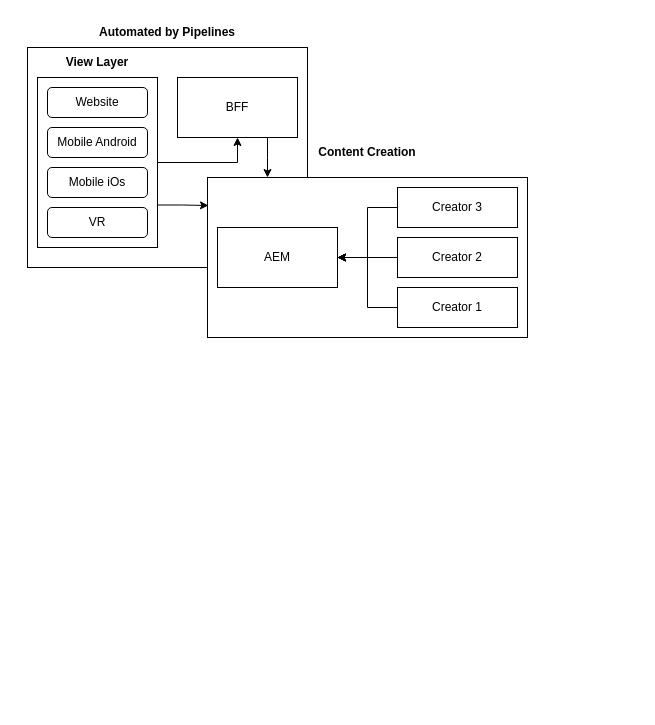
jagatjeevansahoo/draw.io keeps this draw.io diagram as ms.drawio. Above is the earlier version. Source tidied: cells renumbered, new cells numbered last; positions are measured from the earlier drawing's top-left corner, leaving out a move shared by most shapes. Both pictures are drawn from the tidied source at 100%, with x=0, y=0 at pixel (27, 17).
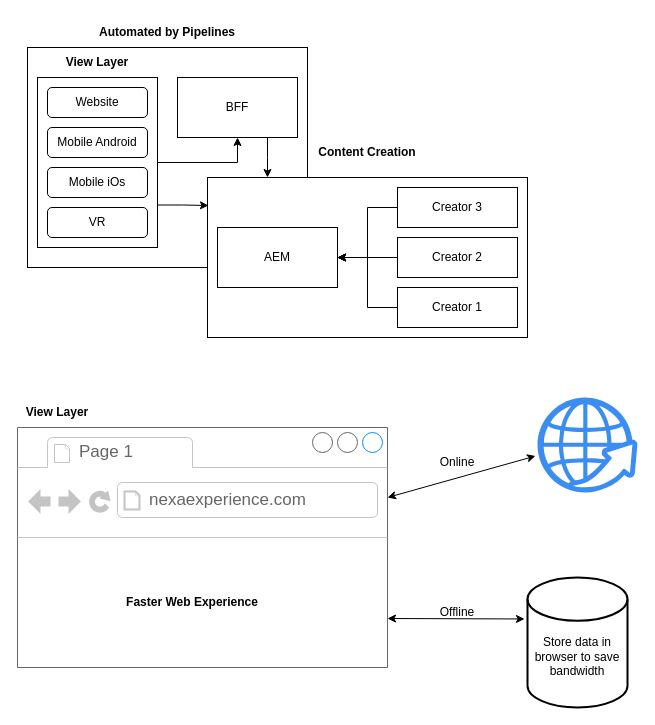
The same page after the edit.

What changed in the source:
```diff
@@
+    <mxCell id="26" value="View Layer" style="text;html=1;strokeColor=none;fillColor=none;align=center;verticalAlign=middle;whiteSpace=wrap;rounded=0;fontStyle=1;" parent="1" vertex="1">
+      <mxGeometry x="-10" y="380" width="80" height="30" as="geometry" />
+    </mxCell>
+    <mxCell id="27" style="strokeWidth=1;shadow=0;dashed=0;align=center;html=1;shape=mxgraph.mockup.containers.browserWindow;rSize=0;strokeColor=#666666;strokeColor2=#008cff;strokeColor3=#c4c4c4;mainText=,;" parent="1" vertex="1">
+      <mxGeometry x="-10" y="410" width="370" height="240" as="geometry" />
+    </mxCell>
+    <mxCell id="28" value="Page 1" style="strokeWidth=1;shadow=0;dashed=0;align=center;html=1;shape=mxgraph.mockup.containers.anchor;fontSize=17;fontColor=#666666;align=left;whiteSpace=wrap;" parent="27" vertex="1">
+      <mxGeometry x="60" y="12" width="110" height="26" as="geometry" />
+    </mxCell>
+    <mxCell id="29" value="nexaexperience.com" style="strokeWidth=1;shadow=0;dashed=0;align=center;html=1;shape=mxgraph.mockup.containers.anchor;rSize=0;fontSize=17;fontColor=#666666;align=left;" parent="27" vertex="1">
+      <mxGeometry x="130" y="60" width="250" height="26" as="geometry" />
+    </mxCell>
+    <mxCell id="30" value="&lt;b&gt;Faster Web Experience&lt;/b&gt;" style="text;html=1;strokeColor=none;fillColor=none;align=center;verticalAlign=middle;whiteSpace=wrap;rounded=0;" parent="27" vertex="1">
+      <mxGeometry x="60" y="160" width="230" height="30" as="geometry" />
+    </mxCell>
+    <mxCell id="31" value="&lt;br&gt;&lt;br&gt;Store data in browser to save bandwidth" style="strokeWidth=2;html=1;shape=mxgraph.flowchart.database;whiteSpace=wrap;" parent="1" vertex="1">
+      <mxGeometry x="500" y="560" width="100" height="130" as="geometry" />
+    </mxCell>
+    <mxCell id="32" style="sketch=0;html=1;strokeColor=none;shadow=0;fillColor=#3B8DF1;verticalAlign=top;labelPosition=center;verticalLabelPosition=bottom;shape=mxgraph.gcp2.globe_world;" parent="1" vertex="1">
+      <mxGeometry x="510" y="380" width="100" height="95" as="geometry" />
+    </mxCell>
+    <mxCell id="33" style="endArrow=classic;startArrow=classic;html=1;rounded=0;entryX=-0.02;entryY=0.616;entryDx=0;entryDy=0;entryPerimeter=0;" parent="1" edge="1" target="32">
+      <mxGeometry relative="1" as="geometry">
+        <mxPoint x="360" y="480" as="sourcePoint" />
+      </mxGeometry>
+    </mxCell>
+    <mxCell id="34" value="Online" style="text;html=1;strokeColor=none;fillColor=none;align=center;verticalAlign=middle;whiteSpace=wrap;rounded=0;" parent="1" vertex="1">
+      <mxGeometry x="400" y="430" width="60" height="30" as="geometry" />
+    </mxCell>
+    <mxCell id="35" style="endArrow=classic;startArrow=classic;html=1;rounded=0;entryX=-0.03;entryY=0.319;entryDx=0;entryDy=0;entryPerimeter=0;" parent="1" edge="1" target="31">
+      <mxGeometry relative="1" as="geometry">
+        <mxPoint x="360" y="601" as="sourcePoint" />
+      </mxGeometry>
+    </mxCell>
+    <mxCell id="36" value="Offline" style="text;html=1;strokeColor=none;fillColor=none;align=center;verticalAlign=middle;whiteSpace=wrap;rounded=0;" parent="1" vertex="1">
+      <mxGeometry x="400" y="580" width="60" height="30" as="geometry" />
+    </mxCell>
```
